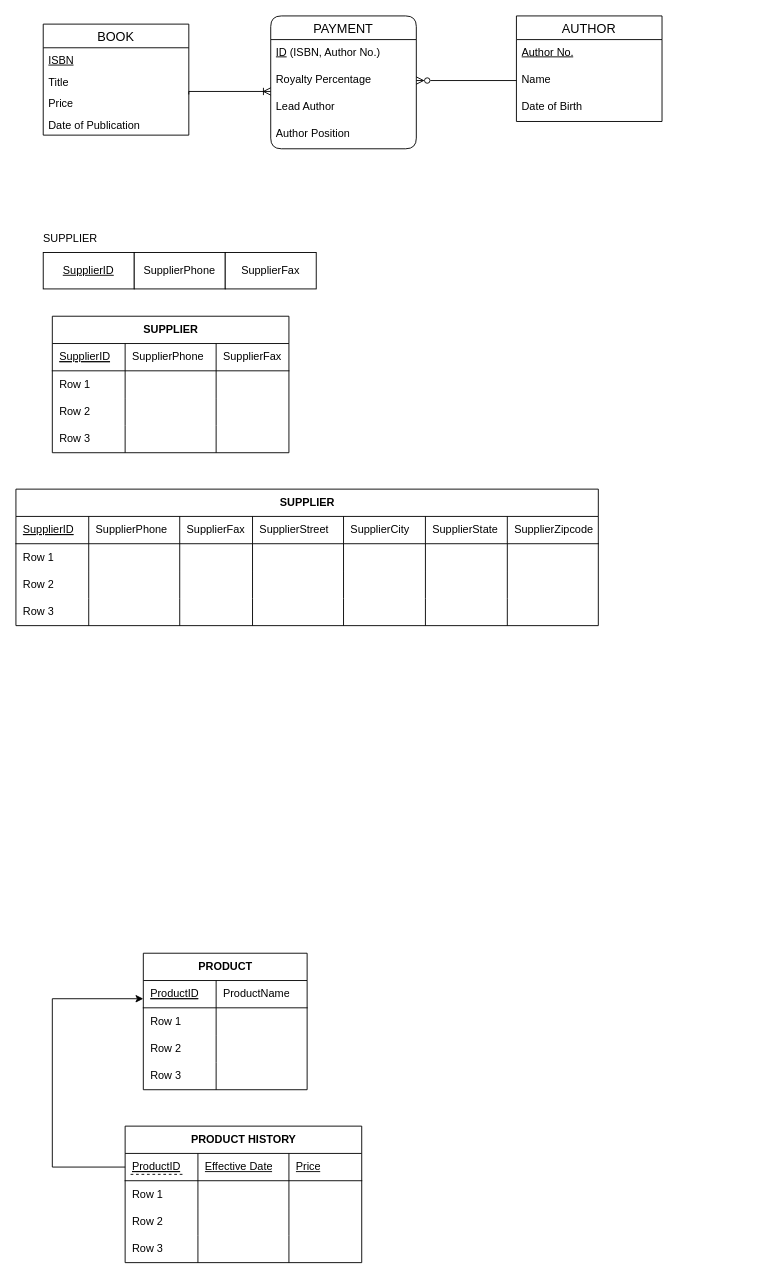
The draw.io diagram C2 ERD.drawio in SamanZargarzadeh/ERD, before the edit. Source tidied: cells renumbered, new cells numbered last; positions are measured from the earlier drawing's top-left corner, leaving out a move shared by most shapes. Both pictures are drawn from the tidied source at 91%, with x=0, y=0 at pixel (15, 15).
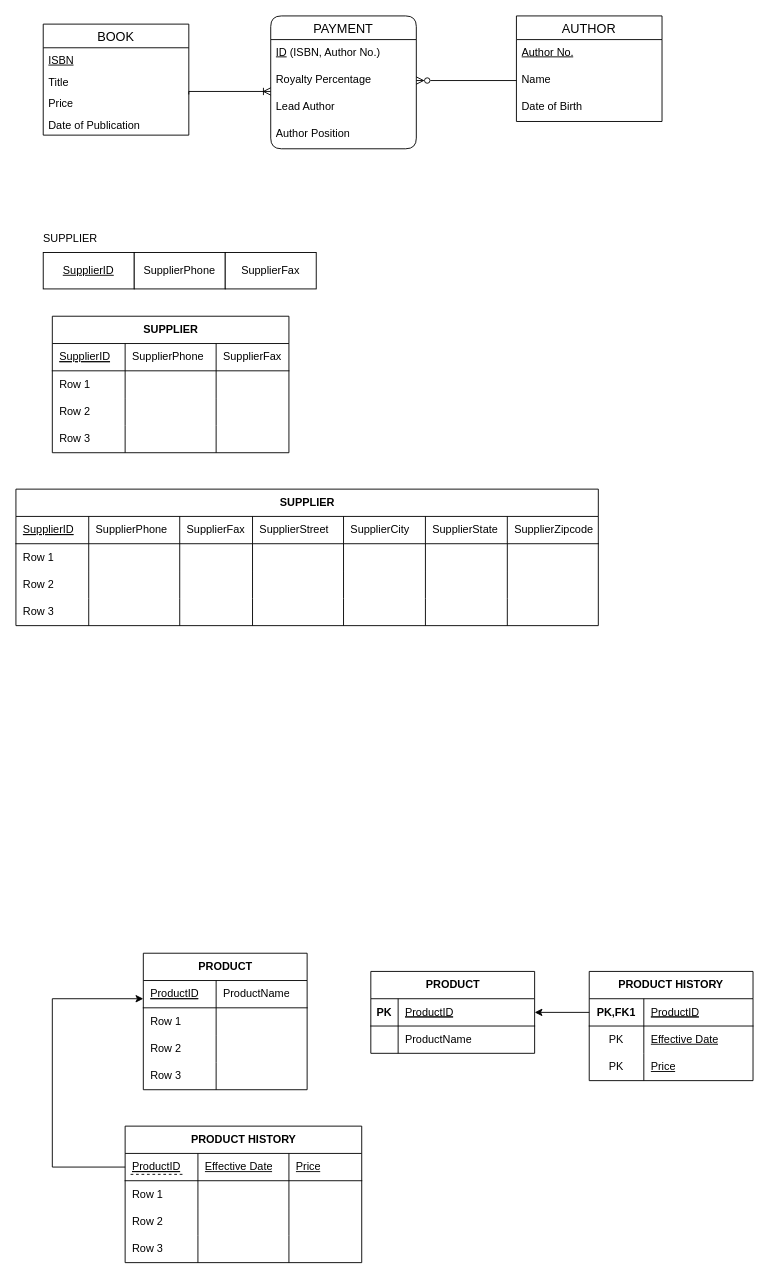
The same page after the edit.

What changed in the source:
```diff
@@
+    <mxCell id="104" value="PRODUCT" style="shape=table;startSize=30;childLayout=tableLayout;rowLines=0;fontStyle=1;align=center;html=1;" parent="1" vertex="1">
+      <mxGeometry x="390" y="1050" width="180" height="90" as="geometry" />
+    </mxCell>
+    <mxCell id="105" style="shape=tableRow;horizontal=0;startSize=0;swimlaneHead=0;swimlaneBody=0;fillColor=none;points=[[0,0.5],[1,0.5]];portConstraint=eastwest;top=0;left=0;right=0;bottom=1;" parent="104" vertex="1">
+      <mxGeometry y="30" width="180" height="30" as="geometry" />
+    </mxCell>
+    <mxCell id="106" value="PK" style="shape=partialRectangle;fillColor=none;top=0;left=0;bottom=0;right=0;fontStyle=1;overflow=hidden;whiteSpace=wrap;html=1;" parent="105" vertex="1">
+      <mxGeometry width="30" height="30" as="geometry" />
+    </mxCell>
+    <mxCell id="107" value="&lt;u style=&quot;border-color: var(--border-color); font-weight: 400; text-align: center;&quot;&gt;ProductID&lt;/u&gt;" style="shape=partialRectangle;fillColor=none;top=0;left=0;bottom=0;right=0;align=left;spacingLeft=6;fontStyle=5;overflow=hidden;whiteSpace=wrap;html=1;" parent="105" vertex="1">
+      <mxGeometry x="30" width="150" height="30" as="geometry" />
+    </mxCell>
+    <mxCell id="108" style="shape=tableRow;horizontal=0;startSize=0;swimlaneHead=0;swimlaneBody=0;fillColor=none;top=0;left=0;right=0;bottom=0;" parent="104" vertex="1">
+      <mxGeometry y="60" width="180" height="30" as="geometry" />
+    </mxCell>
+    <mxCell id="109" style="shape=partialRectangle;fillColor=none;top=0;left=0;bottom=0;right=0;overflow=hidden;whiteSpace=wrap;html=1;" parent="108" vertex="1">
+      <mxGeometry width="30" height="30" as="geometry" />
+    </mxCell>
+    <mxCell id="110" value="ProductName" style="shape=partialRectangle;fillColor=none;top=0;left=0;bottom=0;right=0;align=left;spacingLeft=6;overflow=hidden;whiteSpace=wrap;html=1;" parent="108" vertex="1">
+      <mxGeometry x="30" width="150" height="30" as="geometry" />
+    </mxCell>
+    <mxCell id="111" value="PRODUCT HISTORY" style="shape=table;startSize=30;childLayout=tableLayout;rowLines=0;fontStyle=1;align=center;html=1;whiteSpace=wrap;" parent="1" vertex="1">
+      <mxGeometry x="630" y="1050" width="180" height="120" as="geometry" />
+    </mxCell>
+    <mxCell id="112" style="shape=tableRow;horizontal=0;startSize=0;swimlaneHead=0;swimlaneBody=0;fillColor=none;points=[[0,0.5],[1,0.5]];portConstraint=eastwest;top=0;left=0;right=0;bottom=1;html=1;" parent="111" vertex="1">
+      <mxGeometry y="30" width="180" height="30" as="geometry" />
+    </mxCell>
+    <mxCell id="113" value="PK,FK1" style="shape=partialRectangle;fillColor=none;top=0;left=0;bottom=0;right=0;fontStyle=1;overflow=hidden;html=1;whiteSpace=wrap;" parent="112" vertex="1">
+      <mxGeometry width="60" height="30" as="geometry" />
+    </mxCell>
+    <mxCell id="114" value="&lt;u style=&quot;border-color: var(--border-color); font-weight: 400; text-align: center;&quot;&gt;ProductID&lt;/u&gt;" style="shape=partialRectangle;fillColor=none;top=0;left=0;bottom=0;right=0;align=left;spacingLeft=6;fontStyle=5;overflow=hidden;html=1;whiteSpace=wrap;" parent="112" vertex="1">
+      <mxGeometry x="60" width="120" height="30" as="geometry" />
+    </mxCell>
+    <mxCell id="115" style="shape=tableRow;horizontal=0;startSize=0;swimlaneHead=0;swimlaneBody=0;fillColor=none;top=0;left=0;right=0;bottom=0;html=1;" parent="111" vertex="1">
+      <mxGeometry y="60" width="180" height="30" as="geometry" />
+    </mxCell>
+    <mxCell id="116" value="PK" style="shape=partialRectangle;fillColor=none;top=0;left=0;bottom=0;right=0;overflow=hidden;html=1;whiteSpace=wrap;" parent="115" vertex="1">
+      <mxGeometry width="60" height="30" as="geometry" />
+    </mxCell>
+    <mxCell id="117" value="&lt;u style=&quot;border-color: var(--border-color);&quot;&gt;Effective Date&lt;/u&gt;" style="shape=partialRectangle;fillColor=none;top=0;left=0;bottom=0;right=0;align=left;spacingLeft=6;overflow=hidden;html=1;whiteSpace=wrap;" parent="115" vertex="1">
+      <mxGeometry x="60" width="120" height="30" as="geometry" />
+    </mxCell>
+    <mxCell id="118" style="shape=tableRow;horizontal=0;startSize=0;swimlaneHead=0;swimlaneBody=0;fillColor=none;top=0;left=0;right=0;bottom=0;html=1;" parent="111" vertex="1">
+      <mxGeometry y="90" width="180" height="30" as="geometry" />
+    </mxCell>
+    <mxCell id="119" value="PK" style="shape=partialRectangle;fillColor=none;top=0;left=0;bottom=0;right=0;overflow=hidden;html=1;whiteSpace=wrap;" parent="118" vertex="1">
+      <mxGeometry width="60" height="30" as="geometry" />
+    </mxCell>
+    <mxCell id="120" value="&lt;u style=&quot;border-color: var(--border-color);&quot;&gt;Price&lt;/u&gt;" style="shape=partialRectangle;fillColor=none;top=0;left=0;bottom=0;right=0;align=left;spacingLeft=6;overflow=hidden;html=1;whiteSpace=wrap;" parent="118" vertex="1">
+      <mxGeometry x="60" width="120" height="30" as="geometry" />
+    </mxCell>
+    <mxCell id="121" style="edgeStyle=orthogonalEdgeStyle;rounded=0;jettySize=auto;html=1;entryX=1;entryY=0.5;entryDx=0;entryDy=0;" parent="1" edge="1" source="112" target="105">
+      <mxGeometry relative="1" as="geometry" />
+    </mxCell>
```
